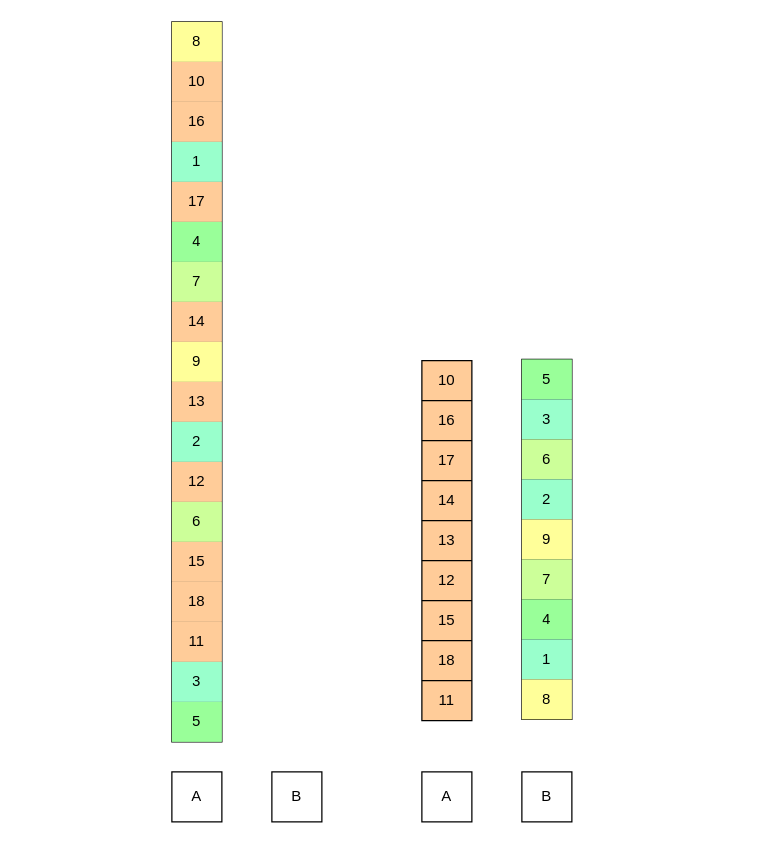
Earlier version of the draw.io diagram page "スタート" (2 of 9) of images/qsort/qsort.dio (welove-t/42Tokyo-push_swap). Source tidied: cells renumbered, new cells numbered last; positions are measured from the earlier drawing's top-left corner, leaving out a move shared by most shapes. Both pictures are drawn from the tidied source at 125%, with x=0, y=0 at pixel (171, 21).
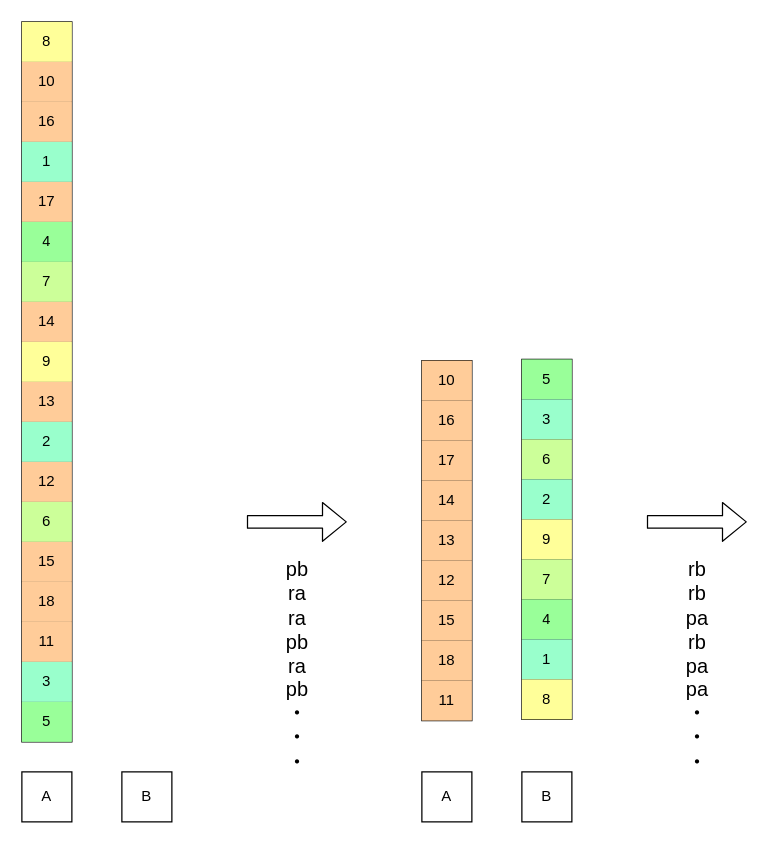
The same page after the edit.

Unchanged cells that the change refers to:
```xml
<mxCell id="3" style="shape=tableRow;horizontal=0;startSize=0;swimlaneHead=0;swimlaneBody=0;top=0;left=0;bottom=0;right=0;fillColor=none;" parent="2" vertex="1">
  <mxGeometry width="40" height="32" as="geometry" />
</mxCell>
<mxCell id="5" style="shape=tableRow;horizontal=0;startSize=0;swimlaneHead=0;swimlaneBody=0;top=0;left=0;bottom=0;right=0;fillColor=none;" parent="2" vertex="1">
  <mxGeometry y="32" width="40" height="32" as="geometry" />
</mxCell>
<mxCell id="7" style="shape=tableRow;horizontal=0;startSize=0;swimlaneHead=0;swimlaneBody=0;top=0;left=0;bottom=0;right=0;fillColor=none;" parent="2" vertex="1">
  <mxGeometry y="64" width="40" height="32" as="geometry" />
</mxCell>
<mxCell id="9" style="shape=tableRow;horizontal=0;startSize=0;swimlaneHead=0;swimlaneBody=0;top=0;left=0;bottom=0;right=0;fillColor=none;" parent="2" vertex="1">
  <mxGeometry y="96" width="40" height="32" as="geometry" />
</mxCell>
<mxCell id="11" style="shape=tableRow;horizontal=0;startSize=0;swimlaneHead=0;swimlaneBody=0;top=0;left=0;bottom=0;right=0;fillColor=none;" parent="2" vertex="1">
  <mxGeometry y="128" width="40" height="32" as="geometry" />
</mxCell>
<mxCell id="13" style="shape=tableRow;horizontal=0;startSize=0;swimlaneHead=0;swimlaneBody=0;top=0;left=0;bottom=0;right=0;fillColor=none;" parent="2" vertex="1">
  <mxGeometry y="160" width="40" height="32" as="geometry" />
</mxCell>
<mxCell id="15" style="shape=tableRow;horizontal=0;startSize=0;swimlaneHead=0;swimlaneBody=0;top=0;left=0;bottom=0;right=0;fillColor=none;" parent="2" vertex="1">
  <mxGeometry y="192" width="40" height="32" as="geometry" />
</mxCell>
<mxCell id="17" style="shape=tableRow;horizontal=0;startSize=0;swimlaneHead=0;swimlaneBody=0;top=0;left=0;bottom=0;right=0;fillColor=none;" parent="2" vertex="1">
  <mxGeometry y="224" width="40" height="32" as="geometry" />
</mxCell>
<mxCell id="19" style="shape=tableRow;horizontal=0;startSize=0;swimlaneHead=0;swimlaneBody=0;top=0;left=0;bottom=0;right=0;fillColor=none;" parent="2" vertex="1">
  <mxGeometry y="256" width="40" height="32" as="geometry" />
</mxCell>
```

The edit, as a diff of the source:
```diff
@@
-    <mxCell id="4" value="10" style="shape=partialRectangle;html=1;whiteSpace=wrap;overflow=hidden;fillColor=none;top=0;left=0;bottom=0;right=0;" parent="3" vertex="1">
+    <mxCell id="4" value="10" style="shape=partialRectangle;html=1;whiteSpace=wrap;overflow=hidden;fillColor=#FFCC99;top=0;left=0;bottom=0;right=0;" parent="3" vertex="1">
       <mxGeometry width="40" height="32" as="geometry" />
     </mxCell>
@@
-    <mxCell id="6" value="16" style="shape=partialRectangle;html=1;whiteSpace=wrap;overflow=hidden;fillColor=none;top=0;left=0;bottom=0;right=0;" parent="5" vertex="1">
+    <mxCell id="6" value="16" style="shape=partialRectangle;html=1;whiteSpace=wrap;overflow=hidden;fillColor=#FFCC99;top=0;left=0;bottom=0;right=0;" parent="5" vertex="1">
       <mxGeometry width="40" height="32" as="geometry" />
     </mxCell>
@@
-    <mxCell id="8" value="17" style="shape=partialRectangle;html=1;whiteSpace=wrap;overflow=hidden;fillColor=none;top=0;left=0;bottom=0;right=0;" parent="7" vertex="1">
+    <mxCell id="8" value="17" style="shape=partialRectangle;html=1;whiteSpace=wrap;overflow=hidden;fillColor=#FFCC99;top=0;left=0;bottom=0;right=0;" parent="7" vertex="1">
       <mxGeometry width="40" height="32" as="geometry" />
     </mxCell>
@@
-    <mxCell id="10" value="14" style="shape=partialRectangle;html=1;whiteSpace=wrap;overflow=hidden;fillColor=none;top=0;left=0;bottom=0;right=0;" parent="9" vertex="1">
+    <mxCell id="10" value="14" style="shape=partialRectangle;html=1;whiteSpace=wrap;overflow=hidden;fillColor=#FFCC99;top=0;left=0;bottom=0;right=0;" parent="9" vertex="1">
       <mxGeometry width="40" height="32" as="geometry" />
     </mxCell>
@@
-    <mxCell id="12" value="13" style="shape=partialRectangle;html=1;whiteSpace=wrap;overflow=hidden;fillColor=none;top=0;left=0;bottom=0;right=0;" parent="11" vertex="1">
+    <mxCell id="12" value="13" style="shape=partialRectangle;html=1;whiteSpace=wrap;overflow=hidden;fillColor=#FFCC99;top=0;left=0;bottom=0;right=0;" parent="11" vertex="1">
       <mxGeometry width="40" height="32" as="geometry" />
     </mxCell>
@@
-    <mxCell id="14" value="12" style="shape=partialRectangle;html=1;whiteSpace=wrap;overflow=hidden;fillColor=none;top=0;left=0;bottom=0;right=0;" parent="13" vertex="1">
+    <mxCell id="14" value="12" style="shape=partialRectangle;html=1;whiteSpace=wrap;overflow=hidden;fillColor=#FFCC99;top=0;left=0;bottom=0;right=0;" parent="13" vertex="1">
       <mxGeometry width="40" height="32" as="geometry" />
     </mxCell>
@@
-    <mxCell id="16" value="15" style="shape=partialRectangle;html=1;whiteSpace=wrap;overflow=hidden;fillColor=none;top=0;left=0;bottom=0;right=0;" parent="15" vertex="1">
+    <mxCell id="16" value="15" style="shape=partialRectangle;html=1;whiteSpace=wrap;overflow=hidden;fillColor=#FFCC99;top=0;left=0;bottom=0;right=0;" parent="15" vertex="1">
       <mxGeometry width="40" height="32" as="geometry" />
     </mxCell>
@@
-    <mxCell id="18" value="18" style="shape=partialRectangle;html=1;whiteSpace=wrap;overflow=hidden;fillColor=none;top=0;left=0;bottom=0;right=0;" parent="17" vertex="1">
+    <mxCell id="18" value="18" style="shape=partialRectangle;html=1;whiteSpace=wrap;overflow=hidden;fillColor=#FFCC99;top=0;left=0;bottom=0;right=0;" parent="17" vertex="1">
       <mxGeometry width="40" height="32" as="geometry" />
     </mxCell>
@@
-    <mxCell id="20" value="11" style="shape=partialRectangle;html=1;whiteSpace=wrap;overflow=hidden;fillColor=none;top=0;left=0;bottom=0;right=0;" parent="19" vertex="1">
+    <mxCell id="20" value="11" style="shape=partialRectangle;html=1;whiteSpace=wrap;overflow=hidden;fillColor=#FFCC99;top=0;left=0;bottom=0;right=0;" parent="19" vertex="1">
       <mxGeometry width="40" height="32" as="geometry" />
     </mxCell>
@@
     <mxCell id="40" style="shape=table;startSize=0;childLayout=tableLayout;" parent="1" vertex="1">
-      <mxGeometry width="40" height="576" as="geometry" />
+      <mxGeometry x="-120" width="40" height="576" as="geometry" />
     </mxCell>
@@
     <mxCell id="77" style="shape=table;startSize=0;childLayout=tableLayout;" parent="1" vertex="1">
-      <mxGeometry y="600" width="40" height="40" as="geometry" />
+      <mxGeometry x="-120" y="600" width="40" height="40" as="geometry" />
     </mxCell>
@@
     <mxCell id="80" style="shape=table;startSize=0;childLayout=tableLayout;" parent="1" vertex="1">
-      <mxGeometry x="80" y="600" width="40" height="40" as="geometry" />
+      <mxGeometry x="-40" y="600" width="40" height="40" as="geometry" />
     </mxCell>
@@
+    <mxCell id="89" style="shape=flexArrow;endArrow=classic;html=1;" parent="1" edge="1">
+      <mxGeometry relative="1" as="geometry">
+        <mxPoint x="60" y="400" as="sourcePoint" />
+        <mxPoint x="140" y="400" as="targetPoint" />
+      </mxGeometry>
+    </mxCell>
+    <mxCell id="90" value="pb&lt;br style=&quot;font-size: 16px;&quot;&gt;ra&lt;br style=&quot;font-size: 16px;&quot;&gt;ra&lt;br style=&quot;font-size: 16px;&quot;&gt;pb&lt;br style=&quot;font-size: 16px;&quot;&gt;ra&lt;br style=&quot;font-size: 16px;&quot;&gt;pb&lt;br style=&quot;font-size: 16px;&quot;&gt;・&lt;br style=&quot;font-size: 16px;&quot;&gt;・&lt;br style=&quot;font-size: 16px;&quot;&gt;・&lt;br style=&quot;font-size: 16px;&quot;&gt;" style="text;html=1;align=center;verticalAlign=middle;strokeColor=none;fillColor=none;fontSize=16;" parent="1" vertex="1">
+      <mxGeometry x="80" y="420" width="40" height="190" as="geometry" />
+    </mxCell>
+    <mxCell id="91" style="shape=flexArrow;endArrow=classic;html=1;" parent="1" edge="1">
+      <mxGeometry relative="1" as="geometry">
+        <mxPoint x="380" y="400" as="sourcePoint" />
+        <mxPoint x="460" y="400" as="targetPoint" />
+      </mxGeometry>
+    </mxCell>
+    <mxCell id="92" value="rb&lt;br style=&quot;font-size: 16px;&quot;&gt;rb&lt;br style=&quot;font-size: 16px;&quot;&gt;pa&lt;br style=&quot;font-size: 16px;&quot;&gt;rb&lt;br style=&quot;font-size: 16px;&quot;&gt;pa&lt;br style=&quot;font-size: 16px;&quot;&gt;pa&lt;br style=&quot;font-size: 16px;&quot;&gt;・&lt;br style=&quot;font-size: 16px;&quot;&gt;・&lt;br style=&quot;font-size: 16px;&quot;&gt;・" style="text;html=1;align=center;verticalAlign=middle;strokeColor=none;fillColor=none;fontSize=16;" parent="1" vertex="1">
+      <mxGeometry x="400" y="420" width="40" height="190" as="geometry" />
+    </mxCell>
```
